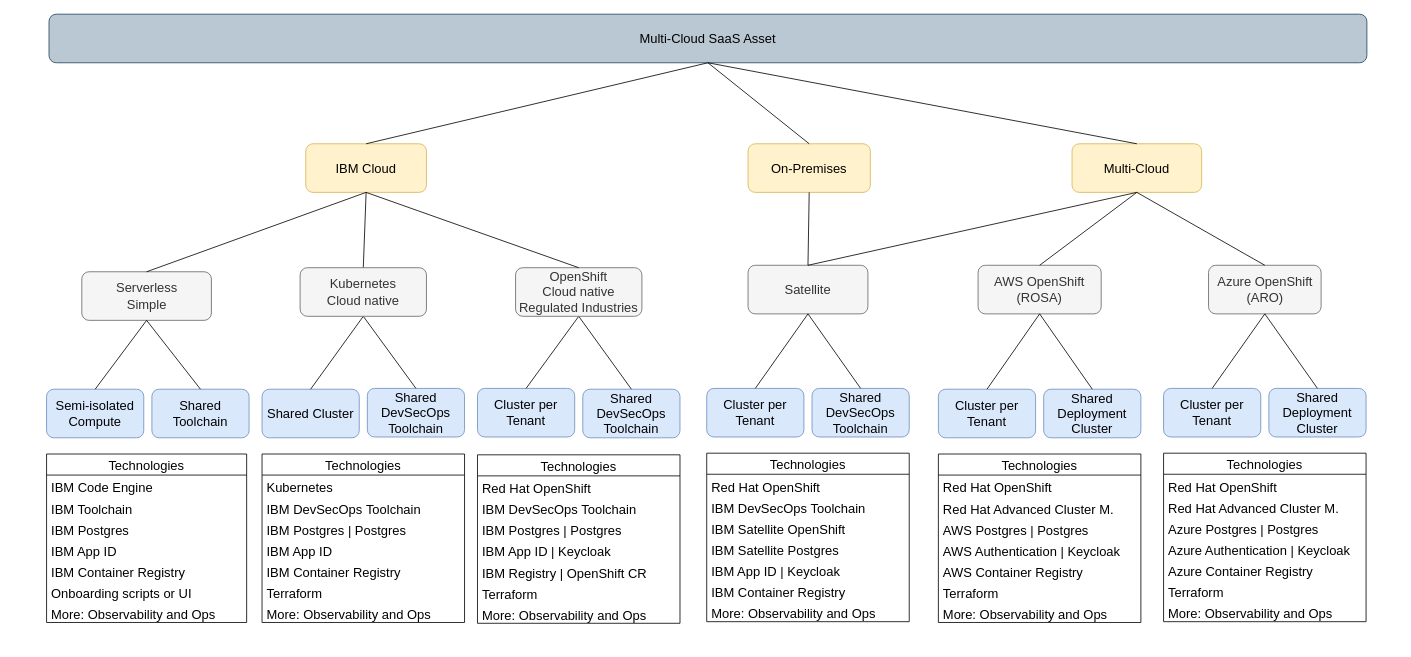
Above: documentation/Options-Simple.drawio in IBM/multi-tenancy (draw.io), before the change. Source tidied: cells renumbered, new cells numbered last; positions are measured from the earlier drawing's top-left corner, leaving out a move shared by most shapes. Both pictures are drawn from the tidied source at 81%, with x=0, y=0 at pixel (46, 14).
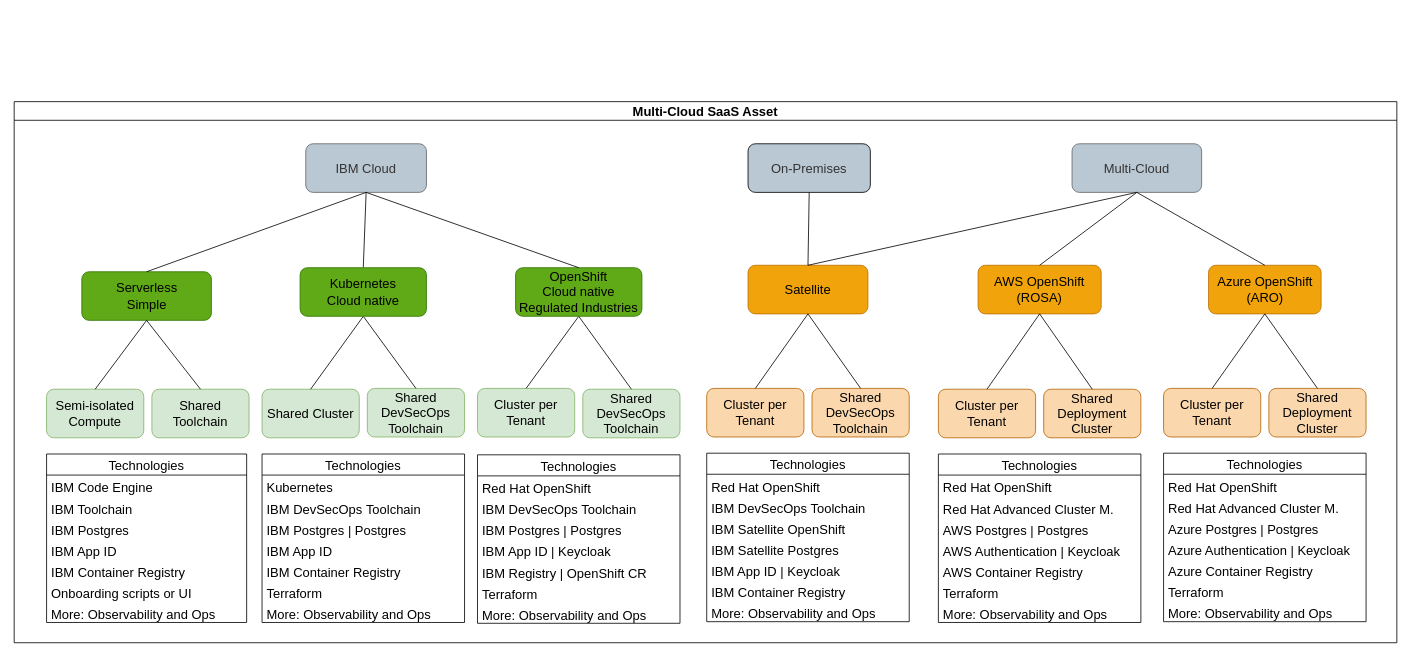
After the change.

What changed in the source:
```diff
@@
-    <mxCell id="10" value="Semi-isolated Compute" style="rounded=1;whiteSpace=wrap;html=1;fontSize=16;fillColor=#dae8fc;strokeColor=#6c8ebf;" parent="1" vertex="1">
+    <mxCell id="10" value="Semi-isolated Compute" style="rounded=1;whiteSpace=wrap;html=1;fontSize=16;fillColor=#d5e8d4;strokeColor=#82b366;" parent="1" vertex="1">
       <mxGeometry y="463" width="120" height="60" as="geometry" />
     </mxCell>
-    <mxCell id="11" value="Satellite" style="rounded=1;whiteSpace=wrap;html=1;fontSize=16;fillColor=#f5f5f5;strokeColor=#666666;fontColor=#333333;" parent="1" vertex="1">
+    <mxCell id="11" value="Satellite" style="rounded=1;whiteSpace=wrap;html=1;fontSize=16;fillColor=#f0a30a;strokeColor=#BD7000;fontColor=#000000;" parent="1" vertex="1">
       <mxGeometry x="866" y="310" width="148" height="60" as="geometry" />
     </mxCell>
-    <mxCell id="12" value="AWS OpenShift (ROSA)" style="rounded=1;whiteSpace=wrap;html=1;fontSize=16;fillColor=#f5f5f5;strokeColor=#666666;fontColor=#333333;" parent="1" vertex="1">
+    <mxCell id="12" value="AWS OpenShift (ROSA)" style="rounded=1;whiteSpace=wrap;html=1;fontSize=16;fillColor=#f0a30a;strokeColor=#BD7000;fontColor=#000000;" parent="1" vertex="1">
       <mxGeometry x="1150" y="310" width="152" height="60" as="geometry" />
     </mxCell>
-    <mxCell id="13" value="IBM Cloud" style="rounded=1;whiteSpace=wrap;html=1;fontSize=16;fillColor=#fff2cc;strokeColor=#d6b656;" parent="1" vertex="1">
+    <mxCell id="13" value="IBM Cloud" style="rounded=1;whiteSpace=wrap;html=1;fontSize=16;fillColor=#BAC8D3;strokeColor=#666666;fontColor=#333333;" parent="1" vertex="1">
       <mxGeometry x="320" y="160" width="149" height="60" as="geometry" />
     </mxCell>
-    <mxCell id="14" value="Serverless&lt;br&gt;Simple" style="rounded=1;whiteSpace=wrap;html=1;fontSize=16;fillColor=#f5f5f5;strokeColor=#666666;fontColor=#333333;" parent="1" vertex="1">
+    <mxCell id="14" value="Serverless&lt;br&gt;Simple" style="rounded=1;whiteSpace=wrap;html=1;fontSize=16;fillColor=#60a917;strokeColor=#2D7600;fontColor=#000000;" parent="1" vertex="1">
       <mxGeometry x="43.5" y="318" width="160" height="60" as="geometry" />
     </mxCell>
-    <mxCell id="15" value="Shared Toolchain" style="rounded=1;whiteSpace=wrap;html=1;fontSize=16;fillColor=#dae8fc;strokeColor=#6c8ebf;" parent="1" vertex="1">
+    <mxCell id="15" value="Shared Toolchain" style="rounded=1;whiteSpace=wrap;html=1;fontSize=16;fillColor=#d5e8d4;strokeColor=#82b366;" parent="1" vertex="1">
       <mxGeometry x="130" y="463" width="120" height="60" as="geometry" />
     </mxCell>
-    <mxCell id="16" value="Multi-Cloud" style="rounded=1;whiteSpace=wrap;html=1;fontSize=16;fillColor=#fff2cc;strokeColor=#d6b656;" parent="1" vertex="1">
+    <mxCell id="16" value="Multi-Cloud" style="rounded=1;whiteSpace=wrap;html=1;fontSize=16;fillColor=#BAC8D3;strokeColor=#666666;fontColor=#333333;" parent="1" vertex="1">
       <mxGeometry x="1266" y="160" width="160" height="60" as="geometry" />
     </mxCell>
-    <mxCell id="17" value="On-Premises" style="rounded=1;whiteSpace=wrap;html=1;fontSize=16;fillColor=#fff2cc;strokeColor=#d6b656;" parent="1" vertex="1">
+    <mxCell id="17" value="On-Premises" style="rounded=1;whiteSpace=wrap;html=1;fontSize=16;fillColor=#BAC8D3;strokeColor=#000000;fontColor=#333333;" parent="1" vertex="1">
       <mxGeometry x="866" y="160" width="151" height="60" as="geometry" />
     </mxCell>
-    <mxCell id="18" value="Shared Cluster" style="rounded=1;whiteSpace=wrap;html=1;fontSize=16;fillColor=#dae8fc;strokeColor=#6c8ebf;" parent="1" vertex="1">
+    <mxCell id="18" value="Shared Cluster" style="rounded=1;whiteSpace=wrap;html=1;fontSize=16;fillColor=#d5e8d4;strokeColor=#82b366;" parent="1" vertex="1">
       <mxGeometry x="266" y="463" width="120" height="60" as="geometry" />
     </mxCell>
-    <mxCell id="19" value="Shared&lt;br&gt;DevSecOps Toolchain" style="rounded=1;whiteSpace=wrap;html=1;fontSize=16;fillColor=#dae8fc;strokeColor=#6c8ebf;" parent="1" vertex="1">
+    <mxCell id="19" value="Shared&lt;br&gt;DevSecOps Toolchain" style="rounded=1;whiteSpace=wrap;html=1;fontSize=16;fillColor=#d5e8d4;strokeColor=#82b366;" parent="1" vertex="1">
       <mxGeometry x="396" y="462" width="120" height="60" as="geometry" />
     </mxCell>
-    <mxCell id="20" value="Cluster per Tenant" style="rounded=1;whiteSpace=wrap;html=1;fontSize=16;fillColor=#dae8fc;strokeColor=#6c8ebf;" parent="1" vertex="1">
+    <mxCell id="20" value="Cluster per Tenant" style="rounded=1;whiteSpace=wrap;html=1;fontSize=16;fillColor=#d5e8d4;strokeColor=#82b366;" parent="1" vertex="1">
       <mxGeometry x="532" y="462" width="120" height="60" as="geometry" />
     </mxCell>
-    <mxCell id="21" value="Shared DevSecOps Toolchain" style="rounded=1;whiteSpace=wrap;html=1;fontSize=16;fillColor=#dae8fc;strokeColor=#6c8ebf;" parent="1" vertex="1">
+    <mxCell id="21" value="Shared DevSecOps Toolchain" style="rounded=1;whiteSpace=wrap;html=1;fontSize=16;fillColor=#d5e8d4;strokeColor=#82b366;" parent="1" vertex="1">
       <mxGeometry x="662" y="463" width="120" height="60" as="geometry" />
     </mxCell>
@@
-    <mxCell id="31" value="Cluster per Tenant" style="rounded=1;whiteSpace=wrap;html=1;fontSize=16;fillColor=#dae8fc;strokeColor=#6c8ebf;" parent="1" vertex="1">
+    <mxCell id="31" value="Cluster per Tenant" style="rounded=1;whiteSpace=wrap;html=1;fontSize=16;fillColor=#fad7ac;strokeColor=#b46504;" parent="1" vertex="1">
       <mxGeometry x="1101" y="463" width="120" height="60" as="geometry" />
     </mxCell>
-    <mxCell id="32" value="Shared Deployment Cluster" style="rounded=1;whiteSpace=wrap;html=1;fontSize=16;fillColor=#dae8fc;strokeColor=#6c8ebf;" parent="1" vertex="1">
+    <mxCell id="32" value="Shared Deployment Cluster" style="rounded=1;whiteSpace=wrap;html=1;fontSize=16;fillColor=#fad7ac;strokeColor=#b46504;" parent="1" vertex="1">
       <mxGeometry x="1231" y="463" width="120" height="60" as="geometry" />
     </mxCell>
@@
-    <mxCell id="35" value="Cluster per Tenant" style="rounded=1;whiteSpace=wrap;html=1;fontSize=16;fillColor=#dae8fc;strokeColor=#6c8ebf;" parent="1" vertex="1">
+    <mxCell id="35" value="Cluster per Tenant" style="rounded=1;whiteSpace=wrap;html=1;fontSize=16;fillColor=#fad7ac;strokeColor=#b46504;" parent="1" vertex="1">
       <mxGeometry x="815" y="462" width="120" height="60" as="geometry" />
     </mxCell>
-    <mxCell id="36" value="Shared&lt;br&gt;DevSecOps Toolchain" style="rounded=1;whiteSpace=wrap;html=1;fontSize=16;fillColor=#dae8fc;strokeColor=#6c8ebf;" parent="1" vertex="1">
+    <mxCell id="36" value="Shared&lt;br&gt;DevSecOps Toolchain" style="rounded=1;whiteSpace=wrap;html=1;fontSize=16;fillColor=#fad7ac;strokeColor=#b46504;" parent="1" vertex="1">
       <mxGeometry x="945" y="462" width="120" height="60" as="geometry" />
     </mxCell>
@@
-    <mxCell id="72" value="Azure OpenShift (ARO)" style="rounded=1;whiteSpace=wrap;html=1;fontSize=16;fillColor=#f5f5f5;strokeColor=#666666;fontColor=#333333;" parent="1" vertex="1">
+    <mxCell id="72" value="Azure OpenShift (ARO)" style="rounded=1;whiteSpace=wrap;html=1;fontSize=16;fillColor=#f0a30a;strokeColor=#BD7000;fontColor=#000000;" parent="1" vertex="1">
       <mxGeometry x="1434.5" y="310" width="139" height="60" as="geometry" />
     </mxCell>
@@
-    <mxCell id="74" value="OpenShift&lt;br&gt;Cloud native&lt;br&gt;Regulated Industries" style="rounded=1;whiteSpace=wrap;html=1;fontSize=16;fillColor=#f5f5f5;strokeColor=#666666;fontColor=#333333;" parent="1" vertex="1">
+    <mxCell id="74" value="OpenShift&lt;br&gt;Cloud native&lt;br&gt;Regulated Industries" style="rounded=1;whiteSpace=wrap;html=1;fontSize=16;fillColor=#60a917;strokeColor=#2D7600;fontColor=#000000;" parent="1" vertex="1">
       <mxGeometry x="579" y="313" width="156" height="60" as="geometry" />
     </mxCell>
-    <mxCell id="75" value="Multi-Cloud&amp;nbsp;SaaS Asset" style="rounded=1;whiteSpace=wrap;html=1;fontSize=16;fillColor=#bac8d3;strokeColor=#23445d;" parent="1" vertex="1">
-      <mxGeometry x="3" width="1627" height="60" as="geometry" />
-    </mxCell>
@@
-    <mxCell id="77" style="endArrow=none;html=1;fontSize=16;exitX=0.5;exitY=0;exitDx=0;exitDy=0;entryX=0.5;entryY=1;entryDx=0;entryDy=0;" parent="1" edge="1" source="13" target="75">
-      <mxGeometry relative="1" as="geometry" />
-    </mxCell>
-    <mxCell id="78" style="endArrow=none;html=1;fontSize=16;exitX=0.5;exitY=0;exitDx=0;exitDy=0;exitPerimeter=0;entryX=0.5;entryY=1;entryDx=0;entryDy=0;" parent="1" edge="1" source="17" target="75">
-      <mxGeometry relative="1" as="geometry" />
-    </mxCell>
-    <mxCell id="79" style="endArrow=none;html=1;fontSize=16;entryX=0.5;entryY=0;entryDx=0;entryDy=0;exitX=0.5;exitY=1;exitDx=0;exitDy=0;" parent="1" edge="1" source="75" target="16">
-      <mxGeometry relative="1" as="geometry" />
-    </mxCell>
@@
-    <mxCell id="81" value="Kubernetes&lt;br&gt;Cloud native" style="rounded=1;whiteSpace=wrap;html=1;fontSize=16;fillColor=#f5f5f5;strokeColor=#666666;fontColor=#333333;" parent="1" vertex="1">
+    <mxCell id="81" value="Kubernetes&lt;br&gt;Cloud native" style="rounded=1;whiteSpace=wrap;html=1;fontSize=16;fillColor=#60a917;strokeColor=#2D7600;fontColor=#000000;" parent="1" vertex="1">
       <mxGeometry x="313" y="313" width="156" height="60" as="geometry" />
     </mxCell>
-    <mxCell id="82" value="Cluster per Tenant" style="rounded=1;whiteSpace=wrap;html=1;fontSize=16;fillColor=#dae8fc;strokeColor=#6c8ebf;" parent="1" vertex="1">
+    <mxCell id="82" value="Cluster per Tenant" style="rounded=1;whiteSpace=wrap;html=1;fontSize=16;fillColor=#fad7ac;strokeColor=#b46504;" parent="1" vertex="1">
       <mxGeometry x="1379" y="462" width="120" height="60" as="geometry" />
     </mxCell>
-    <mxCell id="83" value="Shared Deployment Cluster" style="rounded=1;whiteSpace=wrap;html=1;fontSize=16;fillColor=#dae8fc;strokeColor=#6c8ebf;" parent="1" vertex="1">
+    <mxCell id="83" value="Shared Deployment Cluster" style="rounded=1;whiteSpace=wrap;html=1;fontSize=16;fillColor=#fad7ac;strokeColor=#b46504;" parent="1" vertex="1">
       <mxGeometry x="1509" y="462" width="120" height="60" as="geometry" />
     </mxCell>
@@
+    <mxCell id="75" value="Multi-Cloud SaaS Asset" style="swimlane;fontColor=#000000;strokeColor=#000000;fillColor=none;fontSize=16;glass=0;swimlaneLine=1;" parent="1" vertex="1">
+      <mxGeometry x="-40" y="108" width="1707" height="668" as="geometry" />
+    </mxCell>
```
